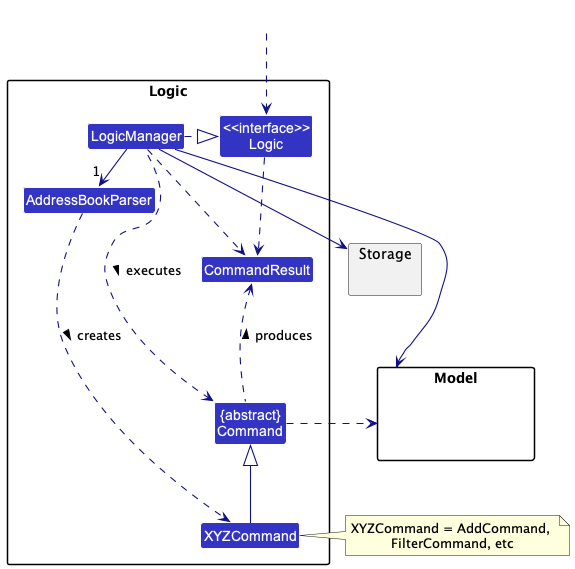
The PlantUML diagram docs/images/LogicClassDiagram.png in nus-cs2103-AY2223S1/tp, before a commit.
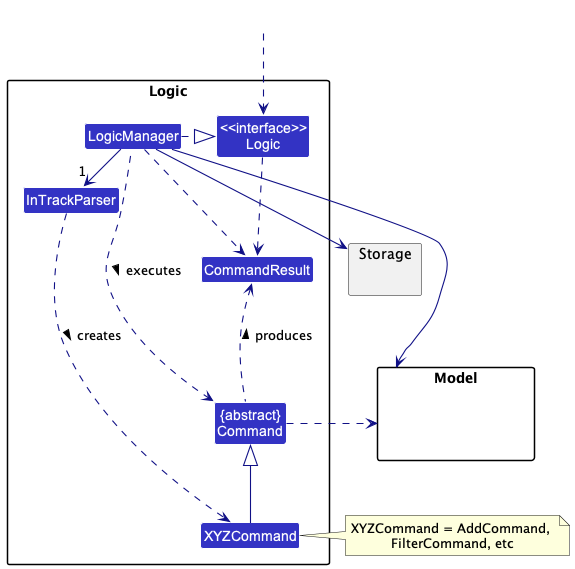
Above is the later version.

Diff of the diagram source:
```diff
@@ -6,7 +6,7 @@
 
 package Logic {
 
-Class AddressBookParser
+Class InTrackParser
 Class XYZCommand
 Class CommandResult
 Class "{abstract}\nCommand" as Command
@@ -27,8 +27,8 @@
 HiddenOutside ..> Logic
 
 LogicManager .right.|> Logic
-LogicManager -right->"1" AddressBookParser
-AddressBookParser ..> XYZCommand : creates >
+LogicManager -right->"1" InTrackParser
+InTrackParser ..> XYZCommand : creates >
 
 XYZCommand -up-|> Command
 LogicManager .left.> Command : executes >
```
